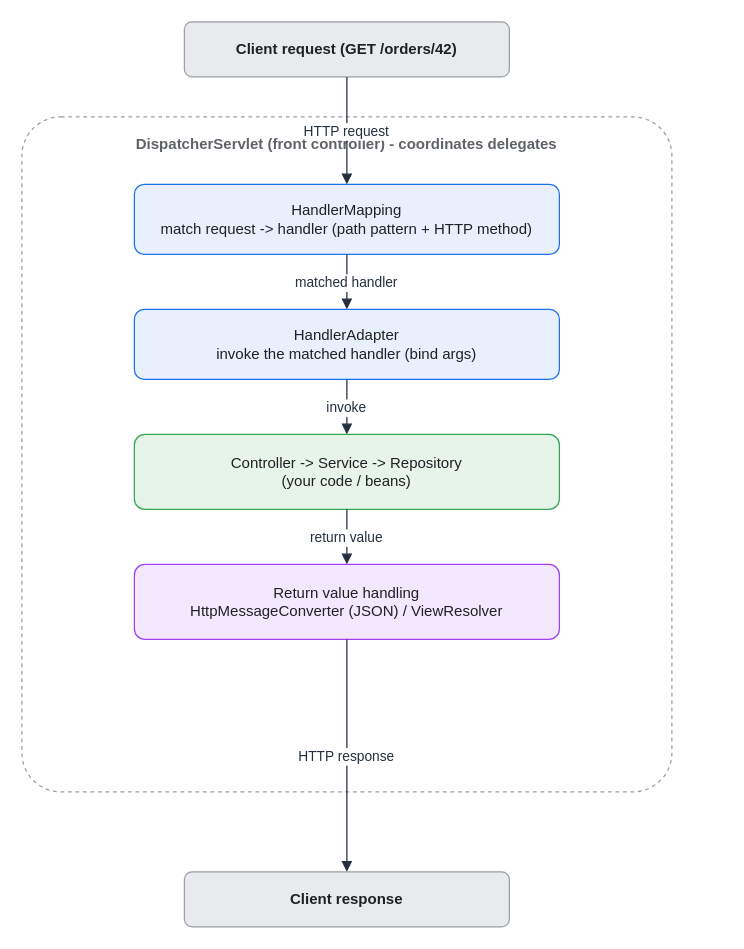
Before: assets/img/spring/spring-05-dispatcherservlet-sequence.drawio in KKamJi98/kkamji98.github.io, a draw.io diagram. Source tidied: cells renumbered, new cells numbered last; positions are measured from the earlier drawing's top-left corner, leaving out a move shared by most shapes. Both pictures are drawn from the tidied source at 125%, with x=0, y=0 at pixel (21, 21).
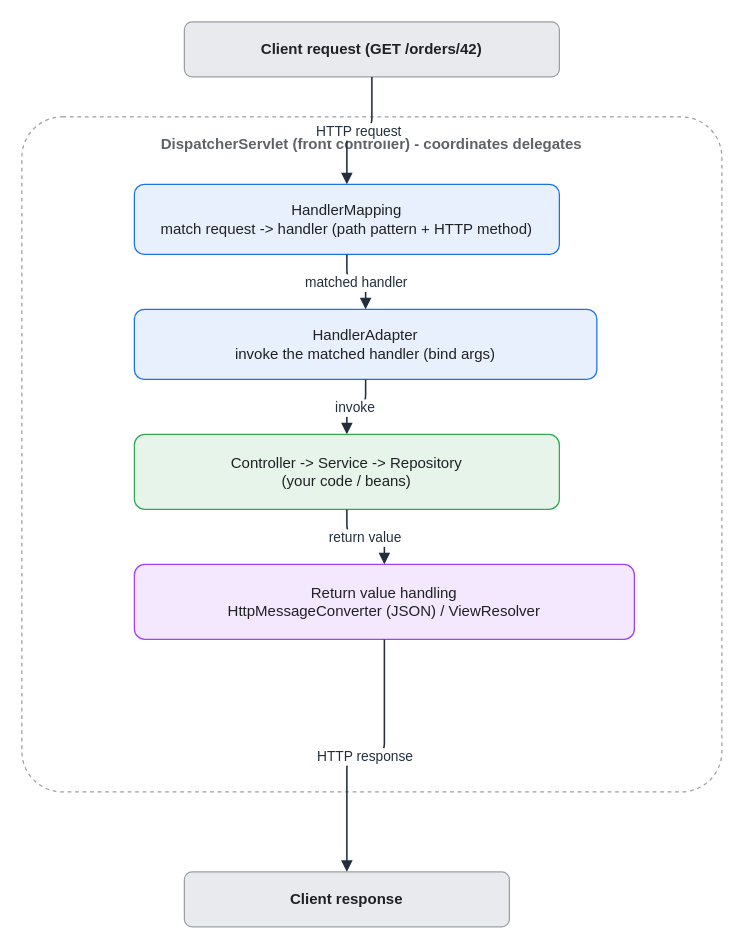
The same page after the edit.

What changed in the source:
```diff
@@
 <mxGraphModel background="#FFFFFF">
   <root>
     <mxCell id="0" />
     <mxCell id="1" parent="0" />
-    <mxCell id="2" value="DispatcherServlet (front controller) - coordinates delegates" style="rounded=1;whiteSpace=wrap;html=1;arcSize=6;shadow=0;fillColor=#FFFFFF;strokeColor=#9AA0A6;fontColor=#5F6368;fontStyle=1;verticalAlign=top;align=center;dashed=1;spacingTop=8;" parent="1" vertex="1">
-      <mxGeometry y="76" width="520" height="540" as="geometry" />
+    <mxCell id="2" value="DispatcherServlet (front controller) - coordinates delegates" style="rounded=1;whiteSpace=wrap;html=0;arcSize=6;shadow=0;fillColor=#FFFFFF;strokeColor=#9AA0A6;fontColor=#5F6368;fontStyle=1;verticalAlign=top;align=center;dashed=1;spacingTop=8;" parent="1" vertex="1">
+      <mxGeometry y="76" width="560" height="540" as="geometry" />
     </mxCell>
-    <mxCell id="3" value="Client request (GET /orders/42)" style="rounded=1;whiteSpace=wrap;html=1;arcSize=14;shadow=0;fillColor=#E8EAED;strokeColor=#9AA0A6;fontColor=#202124;fontStyle=1;" parent="1" vertex="1">
-      <mxGeometry x="130" width="260" height="44" as="geometry" />
+    <mxCell id="3" value="Client request (GET /orders/42)" style="rounded=1;whiteSpace=wrap;html=0;arcSize=14;shadow=0;fillColor=#E8EAED;strokeColor=#9AA0A6;fontColor=#202124;fontStyle=1;" parent="1" vertex="1">
+      <mxGeometry x="130" width="300" height="44" as="geometry" />
     </mxCell>
-    <mxCell id="4" value="HandlerMapping&#10;match request -&gt; handler (path pattern + HTTP method)" style="rounded=1;whiteSpace=wrap;html=1;arcSize=14;shadow=0;fillColor=#E8F0FE;strokeColor=#1A73E8;fontColor=#202124;" parent="1" vertex="1">
+    <mxCell id="4" value="HandlerMapping&#10;match request -&gt; handler (path pattern + HTTP method)" style="rounded=1;whiteSpace=wrap;html=0;arcSize=14;shadow=0;fillColor=#E8F0FE;strokeColor=#1A73E8;fontColor=#202124;" parent="1" vertex="1">
       <mxGeometry x="90" y="130" width="340" height="56" as="geometry" />
     </mxCell>
-    <mxCell id="5" value="HandlerAdapter&#10;invoke the matched handler (bind args)" style="rounded=1;whiteSpace=wrap;html=1;arcSize=14;shadow=0;fillColor=#E8F0FE;strokeColor=#1A73E8;fontColor=#202124;" parent="1" vertex="1">
-      <mxGeometry x="90" y="230" width="340" height="56" as="geometry" />
+    <mxCell id="5" value="HandlerAdapter&#10;invoke the matched handler (bind args)" style="rounded=1;whiteSpace=wrap;html=0;arcSize=14;shadow=0;fillColor=#E8F0FE;strokeColor=#1A73E8;fontColor=#202124;" parent="1" vertex="1">
+      <mxGeometry x="90" y="230" width="370" height="56" as="geometry" />
     </mxCell>
-    <mxCell id="6" value="Controller -&gt; Service -&gt; Repository&#10;(your code / beans)" style="rounded=1;whiteSpace=wrap;html=1;arcSize=14;shadow=0;fillColor=#E6F4EA;strokeColor=#34A853;fontColor=#202124;" parent="1" vertex="1">
+    <mxCell id="6" value="Controller -&gt; Service -&gt; Repository&#10;(your code / beans)" style="rounded=1;whiteSpace=wrap;html=0;arcSize=14;shadow=0;fillColor=#E6F4EA;strokeColor=#34A853;fontColor=#202124;" parent="1" vertex="1">
       <mxGeometry x="90" y="330" width="340" height="60" as="geometry" />
     </mxCell>
-    <mxCell id="7" value="Return value handling&#10;HttpMessageConverter (JSON) / ViewResolver" style="rounded=1;whiteSpace=wrap;html=1;arcSize=14;shadow=0;fillColor=#F3E8FD;strokeColor=#A142F4;fontColor=#202124;" parent="1" vertex="1">
-      <mxGeometry x="90" y="434" width="340" height="60" as="geometry" />
+    <mxCell id="7" value="Return value handling&#10;HttpMessageConverter (JSON) / ViewResolver" style="rounded=1;whiteSpace=wrap;html=0;arcSize=14;shadow=0;fillColor=#F3E8FD;strokeColor=#A142F4;fontColor=#202124;" parent="1" vertex="1">
+      <mxGeometry x="90" y="434" width="400" height="60" as="geometry" />
     </mxCell>
-    <mxCell id="8" value="Client response" style="rounded=1;whiteSpace=wrap;html=1;arcSize=14;shadow=0;fillColor=#E8EAED;strokeColor=#9AA0A6;fontColor=#202124;fontStyle=1;" parent="1" vertex="1">
+    <mxCell id="8" value="Client response" style="rounded=1;whiteSpace=wrap;html=0;arcSize=14;shadow=0;fillColor=#E8EAED;strokeColor=#9AA0A6;fontColor=#202124;fontStyle=1;" parent="1" vertex="1">
       <mxGeometry x="130" y="680" width="260" height="44" as="geometry" />
     </mxCell>
-    <mxCell id="9" value="HTTP request" style="edgeStyle=orthogonalEdgeStyle;rounded=1;html=0;fontColor=#232F3E;strokeColor=#232F3E;labelBackgroundColor=#FFFFFF;endArrow=block;exitX=0.5;exitY=1;exitDx=0;exitDy=0;entryX=0.5;entryY=0;entryDx=0;entryDy=0;" parent="1" edge="1" source="3" target="4">
+    <mxCell id="9" value="HTTP request" style="edgeStyle=orthogonalEdgeStyle;rounded=1;html=0;fontColor=#232F3E;strokeColor=#232F3E;labelBackgroundColor=#FFFFFF;endArrow=block;exitX=0.5;exitY=1;exitDx=0;exitDy=0;entryX=0.5;entryY=0;entryDx=0;entryDy=0;strokeWidth=1.25;" parent="1" edge="1" source="3" target="4">
       <mxGeometry relative="1" as="geometry" />
     </mxCell>
-    <mxCell id="10" value="matched handler" style="edgeStyle=orthogonalEdgeStyle;rounded=1;html=0;fontColor=#232F3E;strokeColor=#232F3E;labelBackgroundColor=#FFFFFF;endArrow=block;exitX=0.5;exitY=1;exitDx=0;exitDy=0;entryX=0.5;entryY=0;entryDx=0;entryDy=0;" parent="1" edge="1" source="4" target="5">
+    <mxCell id="10" value="matched handler" style="edgeStyle=orthogonalEdgeStyle;rounded=1;html=0;fontColor=#232F3E;strokeColor=#232F3E;labelBackgroundColor=#FFFFFF;endArrow=block;exitX=0.5;exitY=1;exitDx=0;exitDy=0;entryX=0.5;entryY=0;entryDx=0;entryDy=0;strokeWidth=1.25;" parent="1" edge="1" source="4" target="5">
       <mxGeometry relative="1" as="geometry" />
     </mxCell>
-    <mxCell id="11" value="invoke" style="edgeStyle=orthogonalEdgeStyle;rounded=1;html=0;fontColor=#232F3E;strokeColor=#232F3E;labelBackgroundColor=#FFFFFF;endArrow=block;exitX=0.5;exitY=1;exitDx=0;exitDy=0;entryX=0.5;entryY=0;entryDx=0;entryDy=0;" parent="1" edge="1" source="5" target="6">
+    <mxCell id="11" value="invoke" style="edgeStyle=orthogonalEdgeStyle;rounded=1;html=0;fontColor=#232F3E;strokeColor=#232F3E;labelBackgroundColor=#FFFFFF;endArrow=block;exitX=0.5;exitY=1;exitDx=0;exitDy=0;entryX=0.5;entryY=0;entryDx=0;entryDy=0;strokeWidth=1.25;" parent="1" edge="1" source="5" target="6">
       <mxGeometry relative="1" as="geometry" />
     </mxCell>
-    <mxCell id="12" value="return value" style="edgeStyle=orthogonalEdgeStyle;rounded=1;html=0;fontColor=#232F3E;strokeColor=#232F3E;labelBackgroundColor=#FFFFFF;endArrow=block;exitX=0.5;exitY=1;exitDx=0;exitDy=0;entryX=0.5;entryY=0;entryDx=0;entryDy=0;" parent="1" edge="1" source="6" target="7">
+    <mxCell id="12" value="return value" style="edgeStyle=orthogonalEdgeStyle;rounded=1;html=0;fontColor=#232F3E;strokeColor=#232F3E;labelBackgroundColor=#FFFFFF;endArrow=block;exitX=0.5;exitY=1;exitDx=0;exitDy=0;entryX=0.5;entryY=0;entryDx=0;entryDy=0;strokeWidth=1.25;" parent="1" edge="1" source="6" target="7">
       <mxGeometry relative="1" as="geometry" />
     </mxCell>
-    <mxCell id="13" value="HTTP response" style="edgeStyle=orthogonalEdgeStyle;rounded=1;html=0;fontColor=#232F3E;strokeColor=#232F3E;labelBackgroundColor=#FFFFFF;endArrow=block;exitX=0.5;exitY=1;exitDx=0;exitDy=0;entryX=0.5;entryY=0;entryDx=0;entryDy=0;" parent="1" edge="1" source="7" target="8">
+    <mxCell id="13" value="HTTP response" style="edgeStyle=orthogonalEdgeStyle;rounded=1;html=0;fontColor=#232F3E;strokeColor=#232F3E;labelBackgroundColor=#FFFFFF;endArrow=block;exitX=0.5;exitY=1;exitDx=0;exitDy=0;entryX=0.5;entryY=0;entryDx=0;entryDy=0;strokeWidth=1.25;" parent="1" edge="1" source="7" target="8">
       <mxGeometry relative="1" as="geometry" />
     </mxCell>
   </root>
 </mxGraphModel>
```
